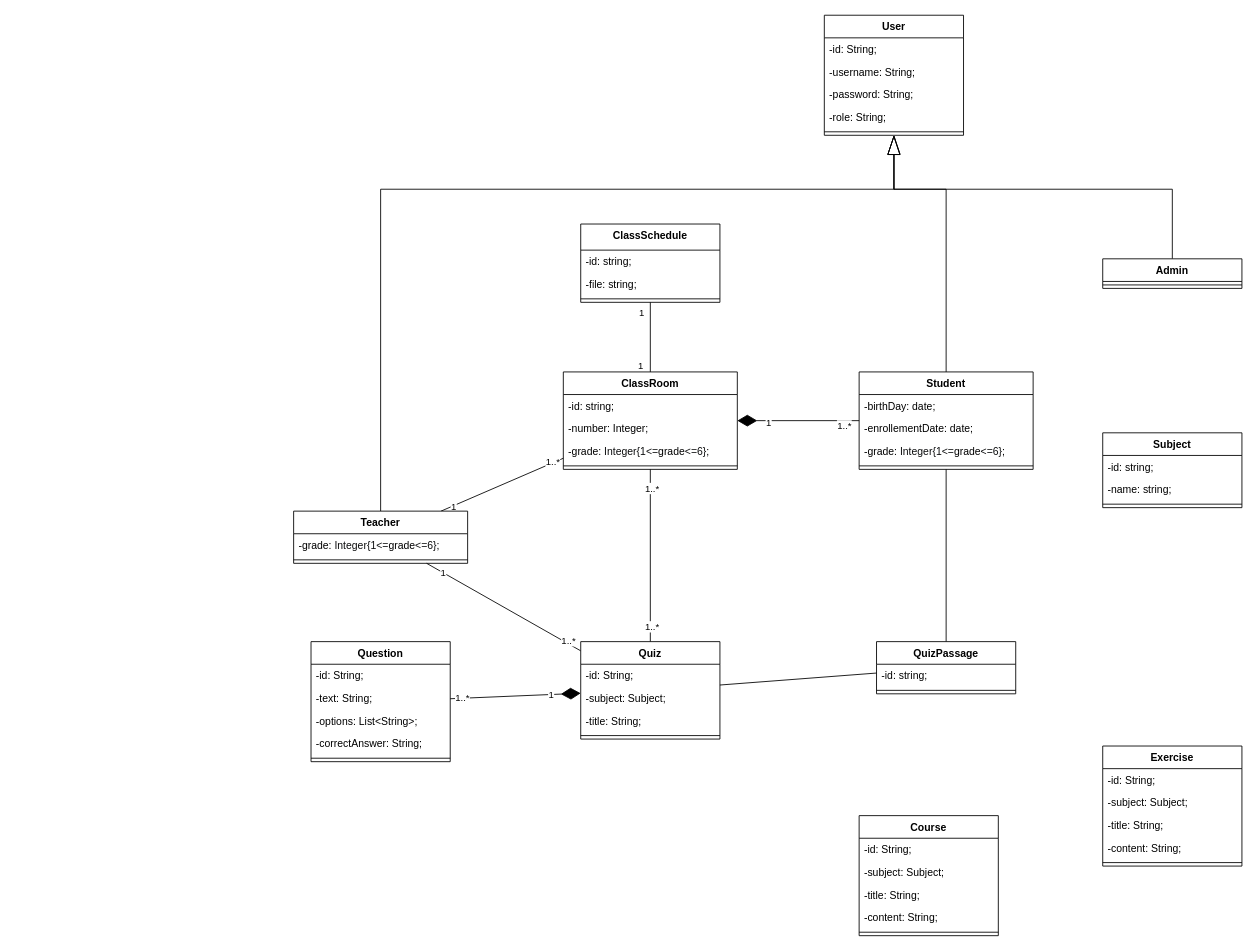
The draw.io diagram ConceptionUML/TaalomIT_UML.drawio in berghach/TaalomIT, before the edit. Source tidied: cells renumbered, new cells numbered last; positions are measured from the earlier drawing's top-left corner, leaving out a move shared by most shapes. Both pictures are drawn from the tidied source at 87%, with x=0, y=0 at pixel (293, 15).
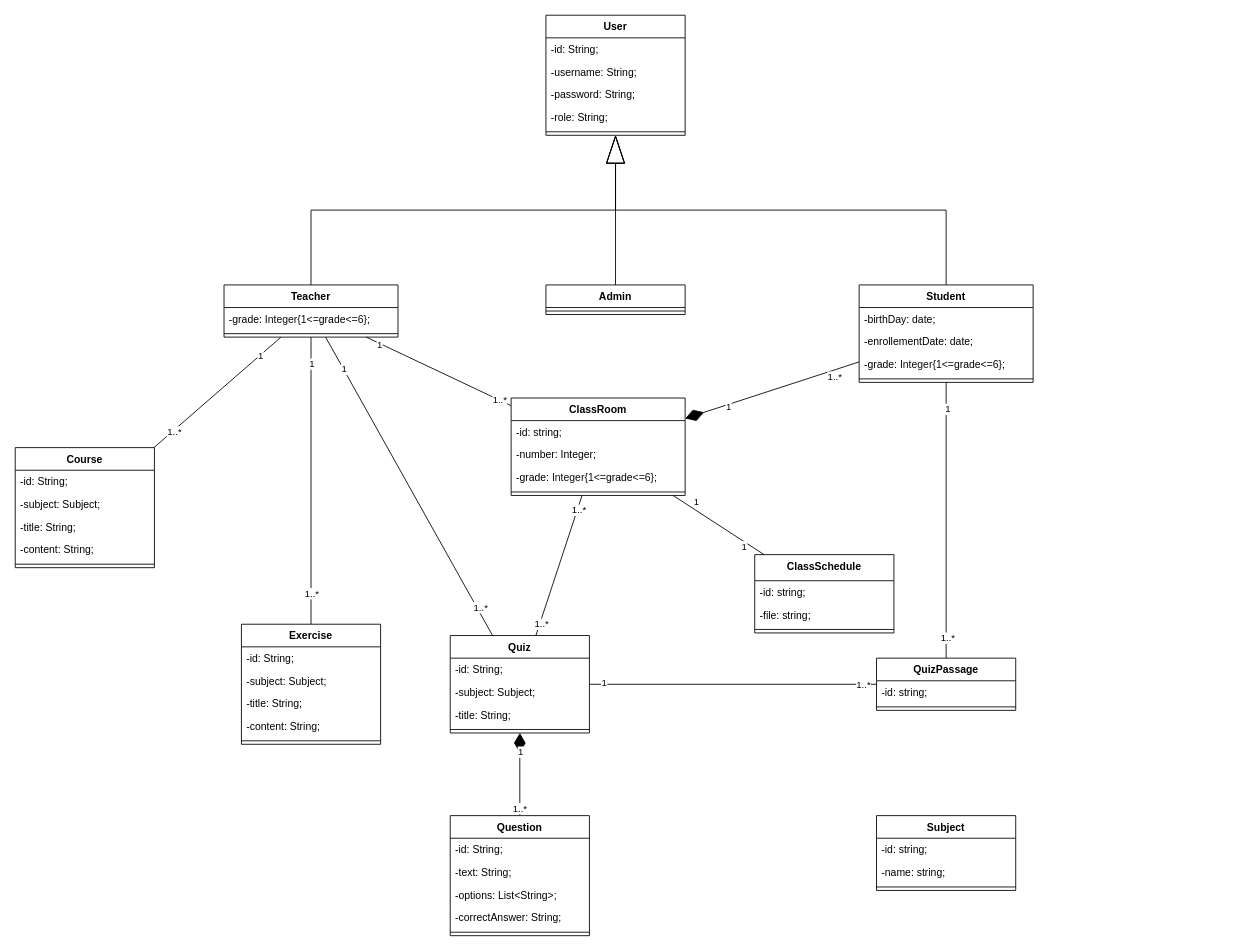
The same page after the edit.

The change refers to these unchanged cells:
```xml
<mxCell id="22" style="rounded=0;jettySize=auto;html=1;endArrow=none;endFill=0;" parent="1" edge="1" source="23" target="77">
  <mxGeometry relative="1" as="geometry" />
</mxCell>
<mxCell id="46" style="rounded=0;jettySize=auto;html=1;endArrow=none;endFill=0;" parent="1" edge="1" source="47" target="77">
  <mxGeometry relative="1" as="geometry" />
</mxCell>
<mxCell id="69" style="rounded=0;jettySize=auto;html=1;endArrow=none;endFill=0;startArrow=none;startFill=0;startSize=20;" parent="1" edge="1" source="72" target="65">
  <mxGeometry relative="1" as="geometry" />
</mxCell>
```

What changed in the source:
```diff
@@
     <mxCell id="2" value="User" style="swimlane;fontStyle=1;align=center;verticalAlign=top;horizontal=1;startSize=26;whiteSpace=wrap;html=1;" parent="1" vertex="1">
-      <mxGeometry x="610" width="160" height="138" as="geometry" />
+      <mxGeometry x="290" width="160" height="138" as="geometry" />
     </mxCell>
@@
-    <mxCell id="8" style="rounded=0;jettySize=auto;html=1;exitX=0.5;exitY=0;exitDx=0;exitDy=0;entryX=0.5;entryY=1;entryDx=0;entryDy=0;elbow=vertical;endArrow=blockThin;endFill=0;endSize=20;edgeStyle=elbowEdgeStyle;" parent="1" edge="1" source="15" target="2">
-      <mxGeometry relative="1" as="geometry">
-        <Array as="points">
-          <mxPoint x="390" y="200" />
-        </Array>
-      </mxGeometry>
-    </mxCell>
@@
+    <mxCell id="80" style="rounded=0;jettySize=auto;html=1;endArrow=none;endFill=0;" parent="1" edge="1" source="15" target="37">
+      <mxGeometry relative="1" as="geometry" />
+    </mxCell>
+    <mxCell id="81" value="1" style="edgeLabel;html=1;align=center;verticalAlign=middle;" parent="80" vertex="1">
+      <mxGeometry x="-0.82" relative="1" as="geometry" />
+    </mxCell>
+    <mxCell id="82" value="1..*" style="edgeLabel;html=1;align=center;verticalAlign=middle;" parent="80" vertex="1">
+      <mxGeometry x="0.78" relative="1" as="geometry" />
+    </mxCell>
+    <mxCell id="83" style="rounded=0;jettySize=auto;html=1;endArrow=none;endFill=0;" parent="1" edge="1" source="15" target="31">
+      <mxGeometry relative="1" as="geometry" />
+    </mxCell>
+    <mxCell id="84" value="1" style="edgeLabel;html=1;align=center;verticalAlign=middle;" parent="83" vertex="1">
+      <mxGeometry x="-0.67" y="1" relative="1" as="geometry" />
+    </mxCell>
+    <mxCell id="85" value="1..*" style="edgeLabel;html=1;align=center;verticalAlign=middle;" parent="83" vertex="1">
+      <mxGeometry x="0.69" y="1" relative="1" as="geometry" />
+    </mxCell>
+    <mxCell id="8" style="rounded=0;jettySize=auto;html=1;edgeStyle=elbowEdgeStyle;elbow=vertical;endArrow=blockThin;endFill=0;endSize=30;" parent="1" edge="1" source="15" target="2">
+      <mxGeometry relative="1" as="geometry" />
+    </mxCell>
     <mxCell id="15" value="Teacher" style="swimlane;fontStyle=1;align=center;verticalAlign=top;horizontal=1;startSize=26;whiteSpace=wrap;html=1;" parent="1" vertex="1">
-      <mxGeometry y="570" width="200" height="60" as="geometry" />
+      <mxGeometry x="-80" y="310" width="200" height="60" as="geometry" />
     </mxCell>
@@
-    <mxCell id="18" style="rounded=0;jettySize=auto;html=1;exitX=0.5;exitY=0;exitDx=0;exitDy=0;elbow=vertical;endArrow=blockThin;endFill=0;endSize=20;edgeStyle=elbowEdgeStyle;" parent="1" edge="1" source="23" target="2">
-      <mxGeometry relative="1" as="geometry">
-        <Array as="points">
-          <mxPoint x="690" y="200" />
-        </Array>
-      </mxGeometry>
-    </mxCell>
@@
+    <mxCell id="86" value="1" style="edgeLabel;html=1;align=center;verticalAlign=middle;" parent="22" vertex="1">
+      <mxGeometry x="-0.81" y="1" relative="1" as="geometry" />
+    </mxCell>
+    <mxCell id="87" value="1..*" style="edgeLabel;html=1;align=center;verticalAlign=middle;" parent="22" vertex="1">
+      <mxGeometry x="0.85" y="1" relative="1" as="geometry" />
+    </mxCell>
+    <mxCell id="18" style="rounded=0;jettySize=auto;html=1;edgeStyle=elbowEdgeStyle;elbow=vertical;endArrow=blockThin;endFill=0;endSize=30;" parent="1" edge="1" source="23" target="2">
+      <mxGeometry relative="1" as="geometry" />
+    </mxCell>
     <mxCell id="23" value="Student" style="swimlane;fontStyle=1;align=center;verticalAlign=top;horizontal=1;startSize=26;whiteSpace=wrap;html=1;" parent="1" vertex="1">
-      <mxGeometry x="650" y="410" width="200" height="112" as="geometry" />
+      <mxGeometry x="650" y="310" width="200" height="112" as="geometry" />
     </mxCell>
@@
-    <mxCell id="28" style="rounded=0;jettySize=auto;html=1;exitX=0.5;exitY=0;exitDx=0;exitDy=0;entryX=0.5;entryY=1;entryDx=0;entryDy=0;elbow=vertical;endArrow=blockThin;endFill=0;endSize=20;edgeStyle=elbowEdgeStyle;" parent="1" edge="1" source="29" target="2">
-      <mxGeometry relative="1" as="geometry">
-        <Array as="points">
-          <mxPoint x="850" y="200" />
-        </Array>
-      </mxGeometry>
+    <mxCell id="28" style="rounded=0;jettySize=auto;html=1;edgeStyle=elbowEdgeStyle;elbow=vertical;endArrow=blockThin;endFill=0;endSize=30;" parent="1" edge="1" source="29" target="2">
+      <mxGeometry relative="1" as="geometry" />
     </mxCell>
     <mxCell id="29" value="Admin" style="swimlane;fontStyle=1;align=center;verticalAlign=top;horizontal=1;startSize=26;whiteSpace=wrap;html=1;" parent="1" vertex="1">
-      <mxGeometry x="930" y="280" width="160" height="34" as="geometry" />
+      <mxGeometry x="290" y="310" width="160" height="34" as="geometry" />
     </mxCell>
@@
     <mxCell id="31" value="Course" style="swimlane;fontStyle=1;align=center;verticalAlign=top;horizontal=1;startSize=26;whiteSpace=wrap;html=1;" parent="1" vertex="1">
-      <mxGeometry x="650" y="920" width="160" height="138" as="geometry" />
+      <mxGeometry x="-320" y="497" width="160" height="138" as="geometry" />
     </mxCell>
@@
     <mxCell id="37" value="Exercise" style="swimlane;fontStyle=1;align=center;verticalAlign=top;horizontal=1;startSize=26;whiteSpace=wrap;html=1;" parent="1" vertex="1">
-      <mxGeometry x="930" y="840" width="160" height="138" as="geometry" />
+      <mxGeometry x="-60" y="700" width="160" height="138" as="geometry" />
     </mxCell>
@@
+    <mxCell id="88" value="1" style="edgeLabel;html=1;align=center;verticalAlign=middle;" parent="46" vertex="1">
+      <mxGeometry x="-0.9" y="2" relative="1" as="geometry" />
+    </mxCell>
+    <mxCell id="89" value="1..*" style="edgeLabel;html=1;align=center;verticalAlign=middle;" parent="46" vertex="1">
+      <mxGeometry x="0.9" relative="1" as="geometry" />
+    </mxCell>
     <mxCell id="47" value="Quiz" style="swimlane;fontStyle=1;align=center;verticalAlign=top;horizontal=1;startSize=26;whiteSpace=wrap;html=1;" parent="1" vertex="1">
-      <mxGeometry x="330" y="720" width="160" height="112" as="geometry" />
+      <mxGeometry x="180" y="713" width="160" height="112" as="geometry" />
     </mxCell>
@@
     <mxCell id="55" value="Question" style="swimlane;fontStyle=1;align=center;verticalAlign=top;horizontal=1;startSize=26;whiteSpace=wrap;html=1;" parent="1" vertex="1">
-      <mxGeometry x="20" y="720" width="160" height="138" as="geometry" />
+      <mxGeometry x="180" y="920" width="160" height="138" as="geometry" />
     </mxCell>
@@
     <mxCell id="61" value="Subject" style="swimlane;fontStyle=1;align=center;verticalAlign=top;horizontal=1;startSize=26;whiteSpace=wrap;html=1;" parent="1" vertex="1">
-      <mxGeometry x="930" y="480" width="160" height="86" as="geometry" />
+      <mxGeometry x="670" y="920" width="160" height="86" as="geometry" />
     </mxCell>
@@
     <mxCell id="65" value="ClassSchedule" style="swimlane;fontStyle=1;align=center;verticalAlign=top;horizontal=1;startSize=30;whiteSpace=wrap;html=1;" parent="1" vertex="1">
-      <mxGeometry x="330" y="240" width="160" height="90" as="geometry" />
+      <mxGeometry x="530" y="620" width="160" height="90" as="geometry" />
     </mxCell>
@@
     <mxCell id="71" value="1" style="edgeLabel;html=1;align=center;verticalAlign=middle;" parent="69" vertex="1">
       <mxGeometry x="-0.81" relative="1" as="geometry">
-        <mxPoint x="-12" as="offset" />
+        <mxPoint x="16" as="offset" />
       </mxGeometry>
     </mxCell>
     <mxCell id="72" value="ClassRoom" style="swimlane;fontStyle=1;align=center;verticalAlign=top;horizontal=1;startSize=26;whiteSpace=wrap;html=1;" parent="1" vertex="1">
-      <mxGeometry x="310" y="410" width="200" height="112" as="geometry" />
+      <mxGeometry x="250" y="440" width="200" height="112" as="geometry" />
     </mxCell>
@@
     <mxCell id="77" value="QuizPassage" style="swimlane;fontStyle=1;align=center;verticalAlign=top;horizontal=1;startSize=26;whiteSpace=wrap;html=1;" parent="1" vertex="1">
-      <mxGeometry x="670" y="720" width="160" height="60" as="geometry" />
+      <mxGeometry x="670" y="739" width="160" height="60" as="geometry" />
     </mxCell>
```
